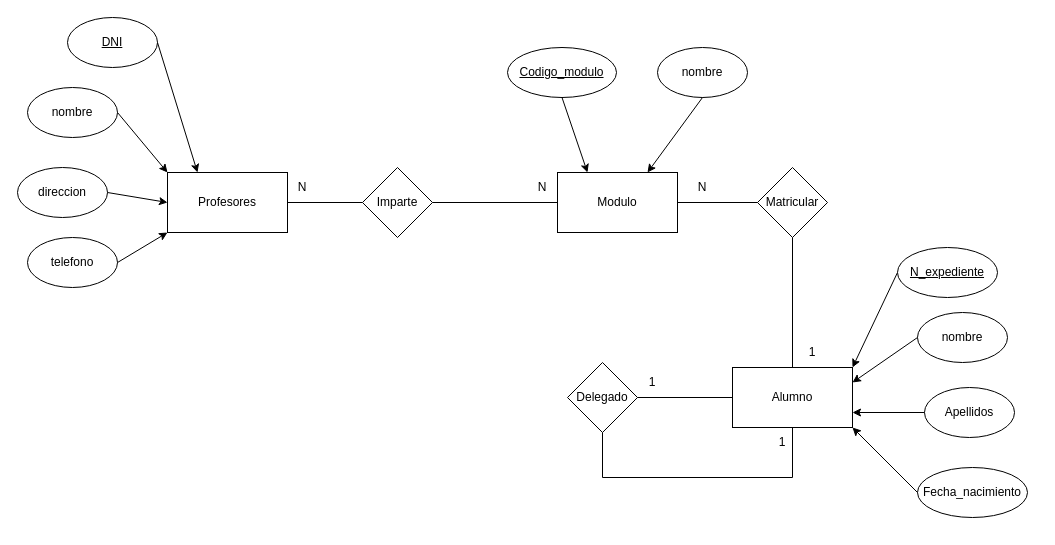
ZzjuanzZ12/Diagramas keeps this draw.io diagram as 09/07/09/07/2024 pratica 4.drawio. Above is the earlier version. Source tidied: cells renumbered, new cells numbered last; positions are measured from the earlier drawing's top-left corner, leaving out a move shared by most shapes. Both pictures are drawn from the tidied source at 100%, with x=0, y=0 at pixel (17, 17).
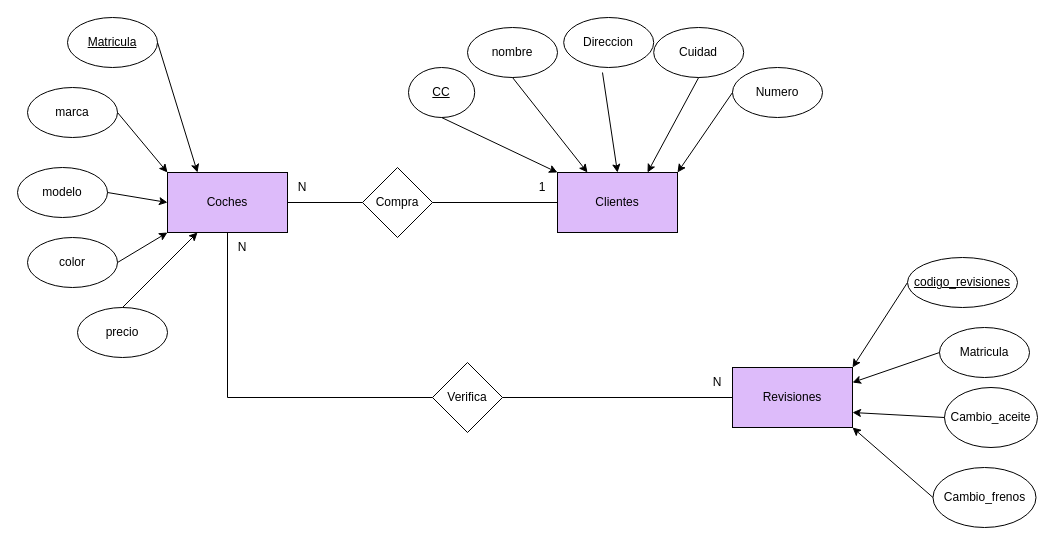
After the change.

Change to the diagram source:
```diff
@@
-    <mxCell id="2" value="Profesores" style="rounded=0;whiteSpace=wrap;html=1;strokeColor=default;align=center;verticalAlign=middle;fontFamily=Helvetica;fontSize=12;fontColor=default;fillColor=default;" parent="1" vertex="1">
+    <mxCell id="2" value="Coches" style="rounded=0;whiteSpace=wrap;html=1;strokeColor=default;align=center;verticalAlign=middle;fontFamily=Helvetica;fontSize=12;fontColor=default;fillColor=#DDBBFA;" parent="1" vertex="1">
       <mxGeometry x="150" y="155" width="120" height="60" as="geometry" />
     </mxCell>
-    <mxCell id="3" value="Modulo" style="rounded=0;whiteSpace=wrap;html=1;strokeColor=default;align=center;verticalAlign=middle;fontFamily=Helvetica;fontSize=12;fontColor=default;fillColor=default;" parent="1" vertex="1">
+    <mxCell id="3" value="Clientes" style="rounded=0;whiteSpace=wrap;html=1;strokeColor=default;align=center;verticalAlign=middle;fontFamily=Helvetica;fontSize=12;fontColor=default;fillColor=#DDBBFA;" parent="1" vertex="1">
       <mxGeometry x="540" y="155" width="120" height="60" as="geometry" />
     </mxCell>
-    <mxCell id="4" value="Alumno" style="rounded=0;whiteSpace=wrap;html=1;strokeColor=default;align=center;verticalAlign=middle;fontFamily=Helvetica;fontSize=12;fontColor=default;fillColor=default;" parent="1" vertex="1">
+    <mxCell id="4" value="Revisiones" style="rounded=0;whiteSpace=wrap;html=1;strokeColor=default;align=center;verticalAlign=middle;fontFamily=Helvetica;fontSize=12;fontColor=default;fillColor=#DDBBFA;" parent="1" vertex="1">
       <mxGeometry x="715" y="350" width="120" height="60" as="geometry" />
     </mxCell>
-    <mxCell id="5" value="&lt;u&gt;DNI&lt;/u&gt;" style="ellipse;whiteSpace=wrap;html=1;" parent="1" vertex="1">
+    <mxCell id="5" value="&lt;u&gt;Matricula&lt;/u&gt;" style="ellipse;whiteSpace=wrap;html=1;" parent="1" vertex="1">
       <mxGeometry x="50" width="90" height="50" as="geometry" />
     </mxCell>
-    <mxCell id="6" value="nombre" style="ellipse;whiteSpace=wrap;html=1;" parent="1" vertex="1">
+    <mxCell id="6" value="marca" style="ellipse;whiteSpace=wrap;html=1;" parent="1" vertex="1">
       <mxGeometry x="10" y="70" width="90" height="50" as="geometry" />
     </mxCell>
-    <mxCell id="7" value="direccion" style="ellipse;whiteSpace=wrap;html=1;" parent="1" vertex="1">
+    <mxCell id="7" value="modelo" style="ellipse;whiteSpace=wrap;html=1;" parent="1" vertex="1">
       <mxGeometry y="150" width="90" height="50" as="geometry" />
     </mxCell>
-    <mxCell id="8" value="telefono" style="ellipse;whiteSpace=wrap;html=1;" parent="1" vertex="1">
+    <mxCell id="8" value="color" style="ellipse;whiteSpace=wrap;html=1;" parent="1" vertex="1">
       <mxGeometry x="10" y="220" width="90" height="50" as="geometry" />
     </mxCell>
@@
-    <mxCell id="13" value="Imparte" style="rhombus;whiteSpace=wrap;html=1;" parent="1" vertex="1">
+    <mxCell id="13" value="Compra" style="rhombus;whiteSpace=wrap;html=1;" parent="1" vertex="1">
       <mxGeometry x="345" y="150" width="70" height="70" as="geometry" />
     </mxCell>
-    <mxCell id="14" value="&lt;u&gt;Codigo_modulo&lt;/u&gt;" style="ellipse;whiteSpace=wrap;html=1;" parent="1" vertex="1">
-      <mxGeometry x="490" y="30" width="109" height="50" as="geometry" />
+    <mxCell id="14" value="&lt;u&gt;CC&lt;/u&gt;" style="ellipse;whiteSpace=wrap;html=1;" parent="1" vertex="1">
+      <mxGeometry x="391" y="50" width="66.2" height="50" as="geometry" />
     </mxCell>
     <mxCell id="15" value="nombre" style="ellipse;whiteSpace=wrap;html=1;" parent="1" vertex="1">
-      <mxGeometry x="640" y="30" width="90" height="50" as="geometry" />
+      <mxGeometry x="450" y="10" width="90" height="50" as="geometry" />
     </mxCell>
-    <mxCell id="16" style="endArrow=classic;html=1;rounded=0;exitX=0.5;exitY=1;exitDx=0;exitDy=0;entryX=0.25;entryY=0;entryDx=0;entryDy=0;" parent="1" edge="1" source="14" target="3">
+    <mxCell id="16" style="endArrow=classic;html=1;rounded=0;exitX=0.5;exitY=1;exitDx=0;exitDy=0;entryX=0;entryY=0;entryDx=0;entryDy=0;" parent="1" edge="1" source="14" target="3">
       <mxGeometry relative="1" as="geometry" />
     </mxCell>
-    <mxCell id="17" style="endArrow=classic;html=1;rounded=0;exitX=0.5;exitY=1;exitDx=0;exitDy=0;entryX=0.75;entryY=0;entryDx=0;entryDy=0;" parent="1" edge="1" source="15" target="3">
+    <mxCell id="17" style="endArrow=classic;html=1;rounded=0;exitX=0.5;exitY=1;exitDx=0;exitDy=0;entryX=0.25;entryY=0;entryDx=0;entryDy=0;" parent="1" edge="1" source="15" target="3">
       <mxGeometry relative="1" as="geometry" />
     </mxCell>
@@
-    <mxCell id="19" value="N" style="text;html=1;align=center;verticalAlign=middle;whiteSpace=wrap;rounded=0;" parent="1" vertex="1">
+    <mxCell id="19" value="1" style="text;html=1;align=center;verticalAlign=middle;whiteSpace=wrap;rounded=0;" parent="1" vertex="1">
       <mxGeometry x="510" y="155" width="30" height="30" as="geometry" />
     </mxCell>
-    <mxCell id="20" value="Matricular" style="rhombus;whiteSpace=wrap;html=1;" parent="1" vertex="1">
-      <mxGeometry x="740" y="150" width="70" height="70" as="geometry" />
-    </mxCell>
-    <mxCell id="21" value="1" style="text;html=1;align=center;verticalAlign=middle;whiteSpace=wrap;rounded=0;" parent="1" vertex="1">
-      <mxGeometry x="780" y="320" width="30" height="30" as="geometry" />
-    </mxCell>
-    <mxCell id="22" value="N" style="text;html=1;align=center;verticalAlign=middle;whiteSpace=wrap;rounded=0;" parent="1" vertex="1">
-      <mxGeometry x="670" y="155" width="30" height="30" as="geometry" />
-    </mxCell>
-    <mxCell id="23" value="nombre" style="ellipse;whiteSpace=wrap;html=1;" parent="1" vertex="1">
-      <mxGeometry x="900" y="295" width="90" height="50" as="geometry" />
+    <mxCell id="23" value="Matricula" style="ellipse;whiteSpace=wrap;html=1;" parent="1" vertex="1">
+      <mxGeometry x="922" y="310" width="90" height="50" as="geometry" />
     </mxCell>
-    <mxCell id="24" value="Apellidos" style="ellipse;whiteSpace=wrap;html=1;" parent="1" vertex="1">
-      <mxGeometry x="907" y="370" width="90" height="50" as="geometry" />
+    <mxCell id="24" value="Cambio_aceite" style="ellipse;whiteSpace=wrap;html=1;" parent="1" vertex="1">
+      <mxGeometry x="927" y="370" width="93" height="60" as="geometry" />
     </mxCell>
-    <mxCell id="25" value="Fecha_nacimiento" style="ellipse;whiteSpace=wrap;html=1;" parent="1" vertex="1">
-      <mxGeometry x="900" y="450" width="110" height="50" as="geometry" />
+    <mxCell id="25" value="Cambio_frenos" style="ellipse;whiteSpace=wrap;html=1;" parent="1" vertex="1">
+      <mxGeometry x="915.5" y="450" width="103" height="60" as="geometry" />
     </mxCell>
@@
-    <mxCell id="27" value="&lt;u&gt;N_expediente&lt;/u&gt;" style="ellipse;whiteSpace=wrap;html=1;" parent="1" vertex="1">
-      <mxGeometry x="880" y="230" width="100" height="50" as="geometry" />
+    <mxCell id="27" value="&lt;u&gt;codigo_revisiones&lt;/u&gt;" style="ellipse;whiteSpace=wrap;html=1;" parent="1" vertex="1">
+      <mxGeometry x="890" y="240" width="110" height="50" as="geometry" />
     </mxCell>
@@
-    <mxCell id="31" value="Delegado" style="rhombus;whiteSpace=wrap;html=1;" parent="1" vertex="1">
-      <mxGeometry x="550" y="345" width="70" height="70" as="geometry" />
+    <mxCell id="31" value="Verifica" style="rhombus;whiteSpace=wrap;html=1;" parent="1" vertex="1">
+      <mxGeometry x="415" y="345" width="70" height="70" as="geometry" />
     </mxCell>
-    <mxCell id="32" value="1" style="text;html=1;align=center;verticalAlign=middle;whiteSpace=wrap;rounded=0;" parent="1" vertex="1">
-      <mxGeometry x="620" y="350" width="30" height="30" as="geometry" />
+    <mxCell id="32" value="N" style="text;html=1;align=center;verticalAlign=middle;whiteSpace=wrap;rounded=0;" parent="1" vertex="1">
+      <mxGeometry x="210" y="215" width="30" height="30" as="geometry" />
     </mxCell>
-    <mxCell id="33" value="1" style="text;html=1;align=center;verticalAlign=middle;whiteSpace=wrap;rounded=0;" parent="1" vertex="1">
-      <mxGeometry x="750" y="410" width="30" height="30" as="geometry" />
-    </mxCell>
@@
-    <mxCell id="36" style="endArrow=none;html=1;rounded=0;exitX=0;exitY=0.5;exitDx=0;exitDy=0;entryX=1;entryY=0.5;entryDx=0;entryDy=0;" parent="1" edge="1" source="20" target="3">
-      <mxGeometry relative="1" as="geometry" />
-    </mxCell>
-    <mxCell id="37" style="endArrow=none;html=1;rounded=0;exitX=0.5;exitY=1;exitDx=0;exitDy=0;entryX=0.5;entryY=0;entryDx=0;entryDy=0;" parent="1" edge="1" source="20" target="4">
-      <mxGeometry relative="1" as="geometry" />
-    </mxCell>
@@
-    <mxCell id="39" style="endArrow=none;html=1;rounded=0;entryX=0.5;entryY=1;entryDx=0;entryDy=0;exitX=0.5;exitY=1;exitDx=0;exitDy=0;edgeStyle=orthogonalEdgeStyle;" parent="1" edge="1" source="4" target="31">
-      <mxGeometry relative="1" as="geometry">
-        <Array as="points">
-          <mxPoint x="775" y="460" />
-          <mxPoint x="585" y="460" />
-        </Array>
-      </mxGeometry>
-    </mxCell>
+    <mxCell id="40" value="precio" style="ellipse;whiteSpace=wrap;html=1;" parent="1" vertex="1">
+      <mxGeometry x="60" y="290" width="90" height="50" as="geometry" />
+    </mxCell>
+    <mxCell id="41" style="endArrow=classic;html=1;rounded=0;exitX=0.5;exitY=0;exitDx=0;exitDy=0;entryX=0.25;entryY=1;entryDx=0;entryDy=0;" parent="1" edge="1" source="40" target="2">
+      <mxGeometry relative="1" as="geometry" />
+    </mxCell>
+    <mxCell id="42" value="Direccion" style="ellipse;whiteSpace=wrap;html=1;" parent="1" vertex="1">
+      <mxGeometry x="546.2" width="90" height="50" as="geometry" />
+    </mxCell>
+    <mxCell id="43" style="endArrow=classic;html=1;rounded=0;exitX=0.431;exitY=1.1;exitDx=0;exitDy=0;entryX=0.5;entryY=0;entryDx=0;entryDy=0;exitPerimeter=0;" parent="1" edge="1" source="42" target="3">
+      <mxGeometry relative="1" as="geometry" />
+    </mxCell>
+    <mxCell id="44" value="Cuidad" style="ellipse;whiteSpace=wrap;html=1;" parent="1" vertex="1">
+      <mxGeometry x="636.2" y="10" width="90" height="50" as="geometry" />
+    </mxCell>
+    <mxCell id="45" style="endArrow=classic;html=1;rounded=0;exitX=0.5;exitY=1;exitDx=0;exitDy=0;entryX=0.75;entryY=0;entryDx=0;entryDy=0;" parent="1" edge="1" source="44" target="3">
+      <mxGeometry relative="1" as="geometry" />
+    </mxCell>
+    <mxCell id="46" value="Numero" style="ellipse;whiteSpace=wrap;html=1;" parent="1" vertex="1">
+      <mxGeometry x="715" y="50" width="90" height="50" as="geometry" />
+    </mxCell>
+    <mxCell id="47" style="endArrow=classic;html=1;rounded=0;exitX=0;exitY=0.5;exitDx=0;exitDy=0;entryX=1;entryY=0;entryDx=0;entryDy=0;" parent="1" edge="1" source="46" target="3">
+      <mxGeometry relative="1" as="geometry" />
+    </mxCell>
+    <mxCell id="22" value="N" style="text;html=1;align=center;verticalAlign=middle;whiteSpace=wrap;rounded=0;" parent="1" vertex="1">
+      <mxGeometry x="685" y="350" width="30" height="30" as="geometry" />
+    </mxCell>
+    <mxCell id="48" style="endArrow=none;html=1;rounded=0;exitX=0;exitY=0.5;exitDx=0;exitDy=0;entryX=0.5;entryY=1;entryDx=0;entryDy=0;edgeStyle=orthogonalEdgeStyle;" parent="1" edge="1" source="31" target="2">
+      <mxGeometry relative="1" as="geometry" />
+    </mxCell>
```
